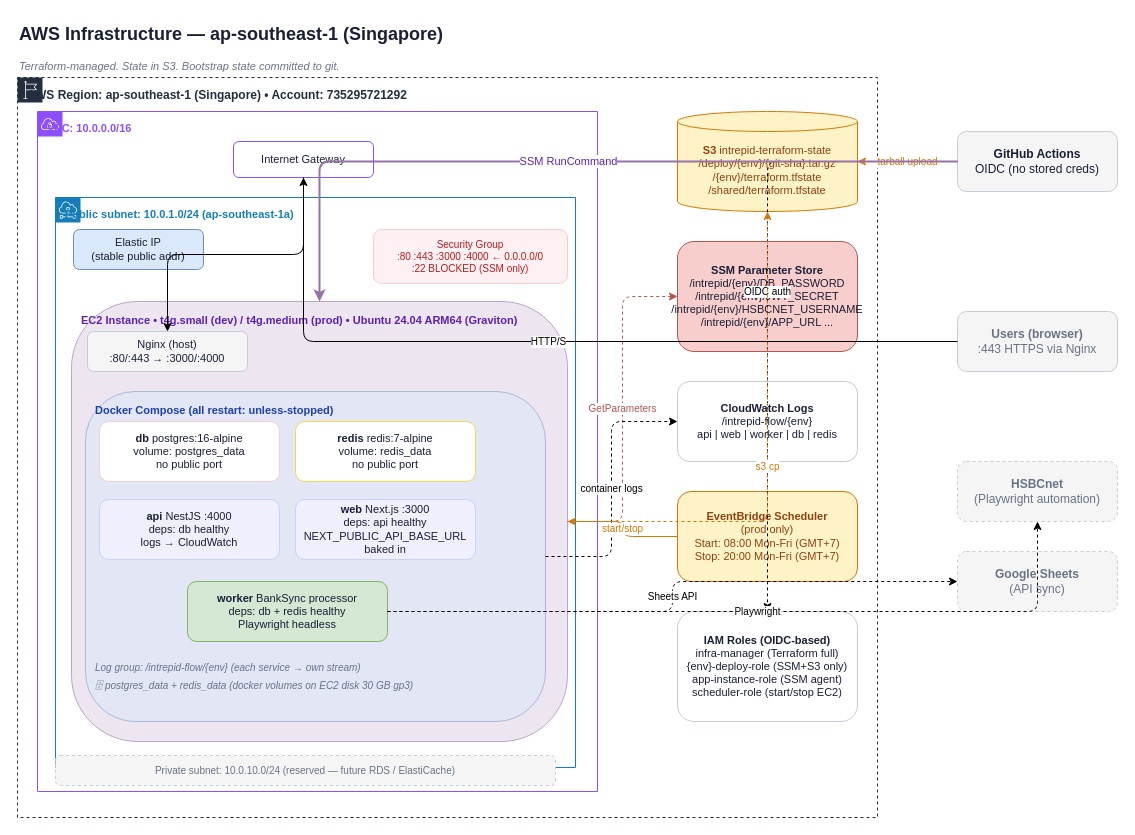
Earlier version of the draw.io diagram page "2. AWS Infrastructure" (2 of 3) of docs/deploy-flow.drawio (hatuanduc/intrepid-flow). Source tidied: cells renumbered, new cells numbered last; positions are measured from the earlier drawing's top-left corner, leaving out a move shared by most shapes. Both pictures are drawn from the tidied source at 100%, with x=0, y=0 at pixel (17, 17).
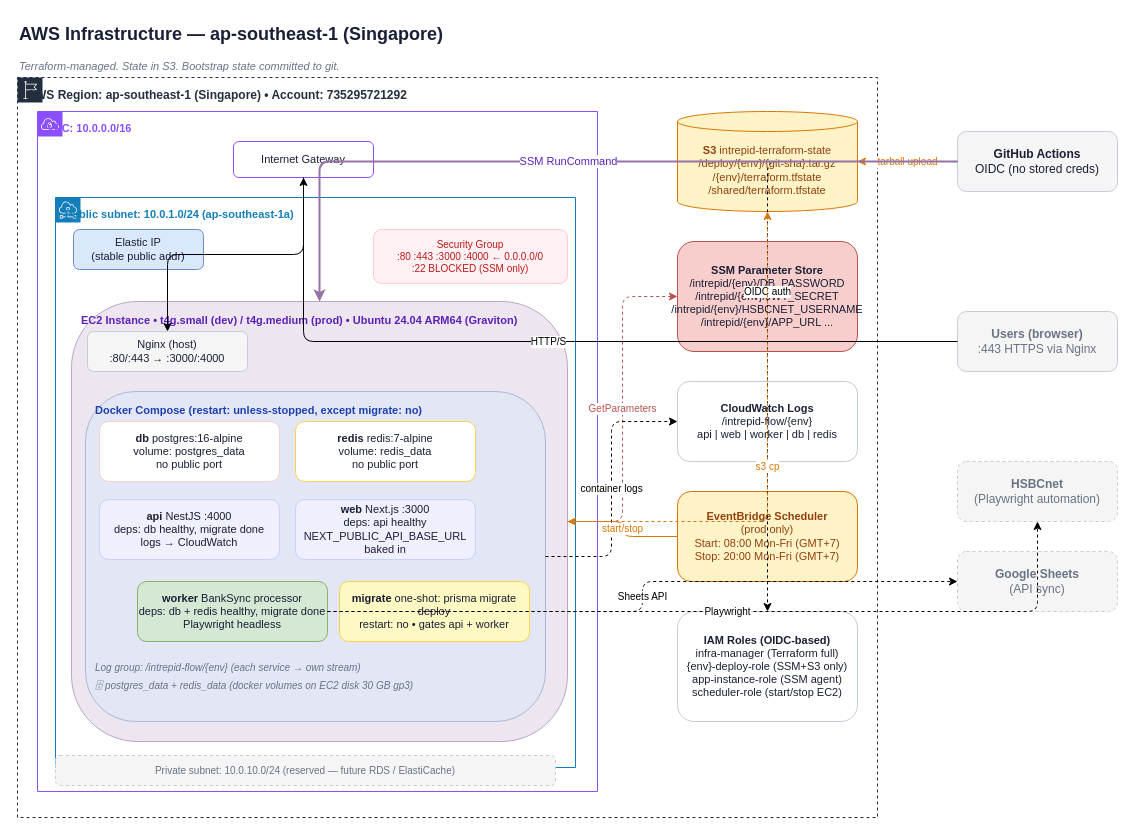
The same page after the edit.

What changed in the source:
```diff
@@
-    <mxCell id="17" value="Docker Compose  (all restart: unless-stopped)" style="text;html=1;strokeColor=none;fillColor=none;align=left;fontSize=11;fontStyle=1;fontColor=#1e40af;" parent="1" vertex="1">
+    <mxCell id="17" value="Docker Compose  (restart: unless-stopped, except migrate: no)" style="text;html=1;strokeColor=none;fillColor=none;align=left;fontSize=11;fontStyle=1;fontColor=#1e40af;" parent="1" vertex="1">
       <mxGeometry x="76" y="380" width="360" height="18" as="geometry" />
     </mxCell>
@@
-    <mxCell id="20" value="&lt;b&gt;api&lt;/b&gt;  NestJS  :4000&lt;br&gt;deps: db healthy&lt;br&gt;logs → CloudWatch" style="rounded=1;whiteSpace=wrap;html=1;fillColor=#f0effe;strokeColor=#c7d2fe;fontColor=#1a1f36;fontSize=11;" parent="1" vertex="1">
+    <mxCell id="20" value="&lt;b&gt;api&lt;/b&gt;  NestJS  :4000&lt;br&gt;deps: db healthy, migrate done&lt;br&gt;logs → CloudWatch" style="rounded=1;whiteSpace=wrap;html=1;fillColor=#f0effe;strokeColor=#c7d2fe;fontColor=#1a1f36;fontSize=11;" parent="1" vertex="1">
       <mxGeometry x="82" y="482" width="180" height="60" as="geometry" />
     </mxCell>
@@
-    <mxCell id="22" value="&lt;b&gt;worker&lt;/b&gt;  BankSync processor&lt;br&gt;deps: db + redis healthy&lt;br&gt;Playwright headless" style="rounded=1;whiteSpace=wrap;html=1;fillColor=#d5e8d4;strokeColor=#82b366;fontColor=#1a1f36;fontSize=11;" parent="1" vertex="1">
-      <mxGeometry x="170" y="564" width="200" height="60" as="geometry" />
+    <mxCell id="22" value="&lt;b&gt;worker&lt;/b&gt;  BankSync processor&lt;br&gt;deps: db + redis healthy, migrate done&lt;br&gt;Playwright headless" style="rounded=1;whiteSpace=wrap;html=1;fillColor=#d5e8d4;strokeColor=#82b366;fontColor=#1a1f36;fontSize=11;" parent="1" vertex="1">
+      <mxGeometry x="120" y="564" width="190" height="60" as="geometry" />
     </mxCell>
+    <mxCell id="46" value="&lt;b&gt;migrate&lt;/b&gt;  one-shot: prisma migrate deploy&lt;br&gt;restart: no  •  gates api + worker" style="rounded=1;whiteSpace=wrap;html=1;fillColor=#fef9c3;strokeColor=#fcd34d;fontColor=#1a1f36;fontSize=11;" parent="1" vertex="1">
+      <mxGeometry x="322" y="564" width="190" height="60" as="geometry" />
+    </mxCell>
```
